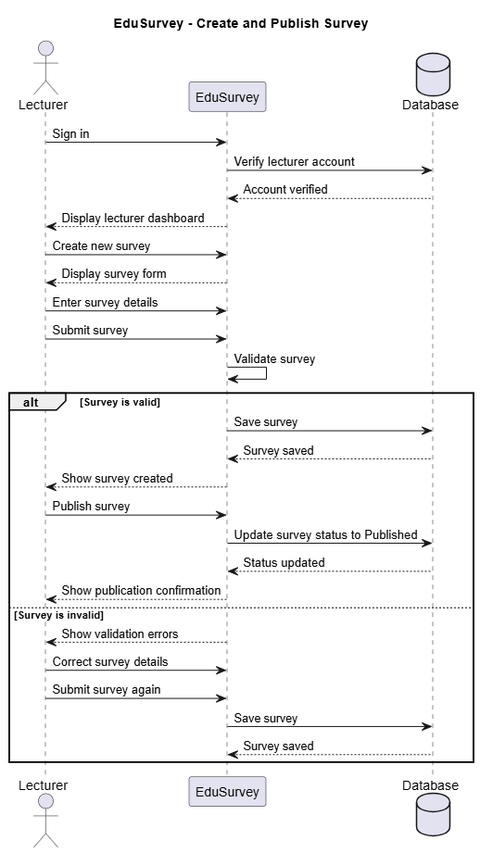
Earlier version of the PlantUML export docs/diagrams/sequence-create-publish-survey.png (SE-FDA-NEU-AI66B/software-group4-topicB2). Its source is kept beside it as docs/diagrams/sequence-create-publish-survey.puml.
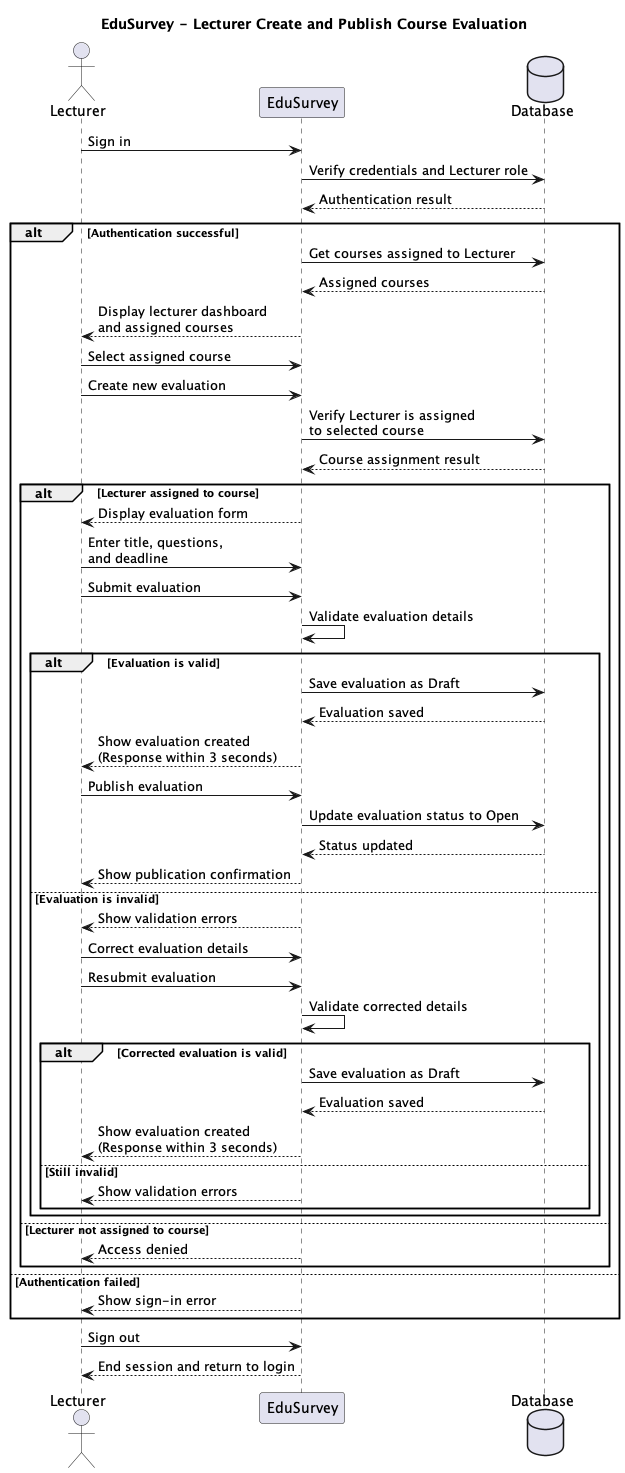
The same diagram one commit later.

The edit, as a diff of the source:
```diff
@@ -1,40 +1,69 @@
 @startuml
 
-title EduSurvey - Create and Publish Survey
+title EduSurvey - Lecturer Create and Publish Course Evaluation
 
 actor Lecturer
 participant "EduSurvey" as System
 database "Database" as DB
 
 Lecturer -> System: Sign in
-System -> DB: Verify lecturer account
-DB --> System: Account verified
-System --> Lecturer: Display lecturer dashboard
+System -> DB: Verify credentials and Lecturer role
+DB --> System: Authentication result
 
-Lecturer -> System: Create new survey
-System --> Lecturer: Display survey form
+alt Authentication successful
+    System -> DB: Get courses assigned to Lecturer
+    DB --> System: Assigned courses
+    System --> Lecturer: Display lecturer dashboard\nand assigned courses
 
-Lecturer -> System: Enter survey details
-Lecturer -> System: Submit survey
+    Lecturer -> System: Select assigned course
+    Lecturer -> System: Create new evaluation
 
-System -> System: Validate survey
+    System -> DB: Verify Lecturer is assigned\nto selected course
+    DB --> System: Course assignment result
 
-alt Survey is valid
-    System -> DB: Save survey
-    DB --> System: Survey saved
-    System --> Lecturer: Show survey created
+    alt Lecturer assigned to course
+        System --> Lecturer: Display evaluation form
 
-    Lecturer -> System: Publish survey
-    System -> DB: Update survey status to Published
-    DB --> System: Status updated
-    System --> Lecturer: Show publication confirmation
+        Lecturer -> System: Enter title, questions,\nand deadline
+        Lecturer -> System: Submit evaluation
 
-else Survey is invalid
-    System --> Lecturer: Show validation errors
-    Lecturer -> System: Correct survey details
-    Lecturer -> System: Submit survey again
-    System -> DB: Save survey
-    DB --> System: Survey saved
+        System -> System: Validate evaluation details
+
+        alt Evaluation is valid
+            System -> DB: Save evaluation as Draft
+            DB --> System: Evaluation saved
+            System --> Lecturer: Show evaluation created\n(Response within 3 seconds)
+
+            Lecturer -> System: Publish evaluation
+            System -> DB: Update evaluation status to Open
+            DB --> System: Status updated
+            System --> Lecturer: Show publication confirmation
+
+        else Evaluation is invalid
+            System --> Lecturer: Show validation errors
+            Lecturer -> System: Correct evaluation details
+            Lecturer -> System: Resubmit evaluation
+
+            System -> System: Validate corrected details
+
+            alt Corrected evaluation is valid
+                System -> DB: Save evaluation as Draft
+                DB --> System: Evaluation saved
+                System --> Lecturer: Show evaluation created\n(Response within 3 seconds)
+            else Still invalid
+                System --> Lecturer: Show validation errors
+            end
+        end
+
+    else Lecturer not assigned to course
+        System --> Lecturer: Access denied
+    end
+
+else Authentication failed
+    System --> Lecturer: Show sign-in error
 end
 
+Lecturer -> System: Sign out
+System --> Lecturer: End session and return to login
+
 @enduml
```
